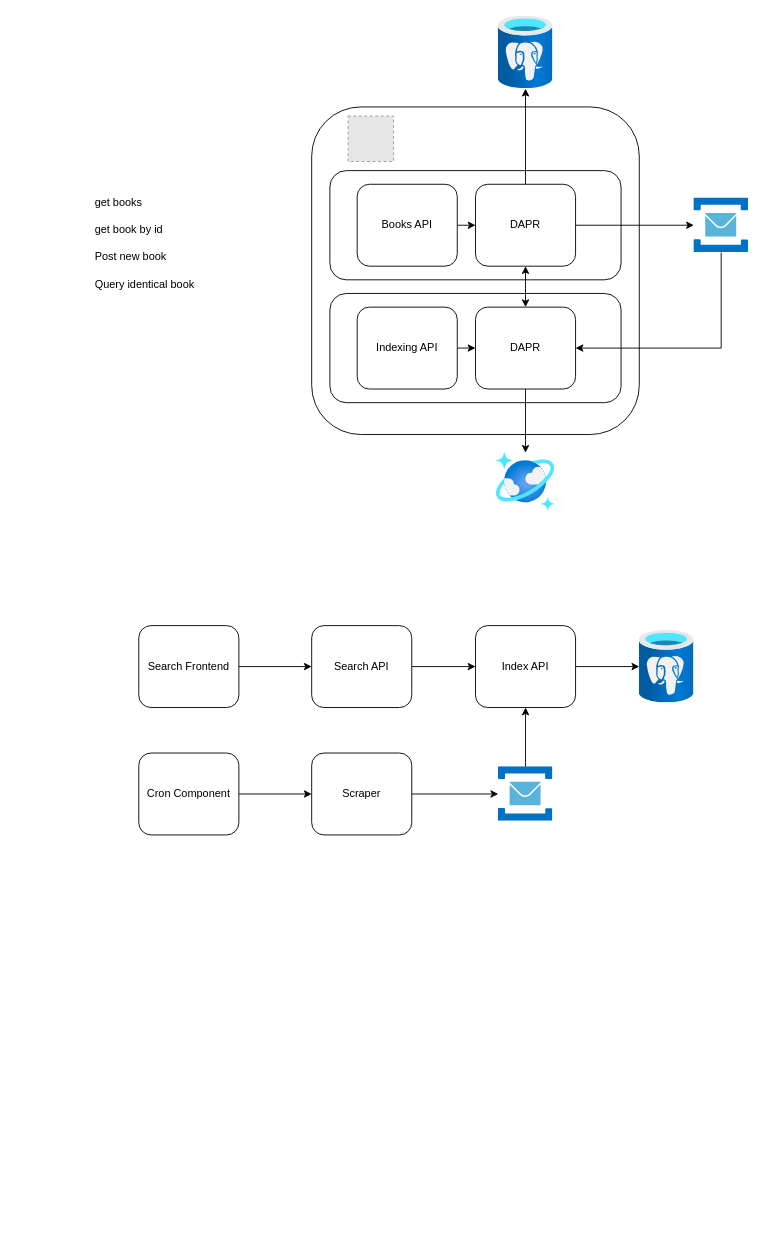
This is Architecture.drawio from Sruinard/az_container_apps, a draw.io file, before an edit. Source tidied: cells renumbered, new cells numbered last; positions are measured from the earlier drawing's top-left corner, leaving out a move shared by most shapes. Both pictures are drawn from the tidied source at 91%, with x=0, y=0 at pixel (93, 15). Pictures stored in the file or linked from it are replaced by grey dashed boxes.
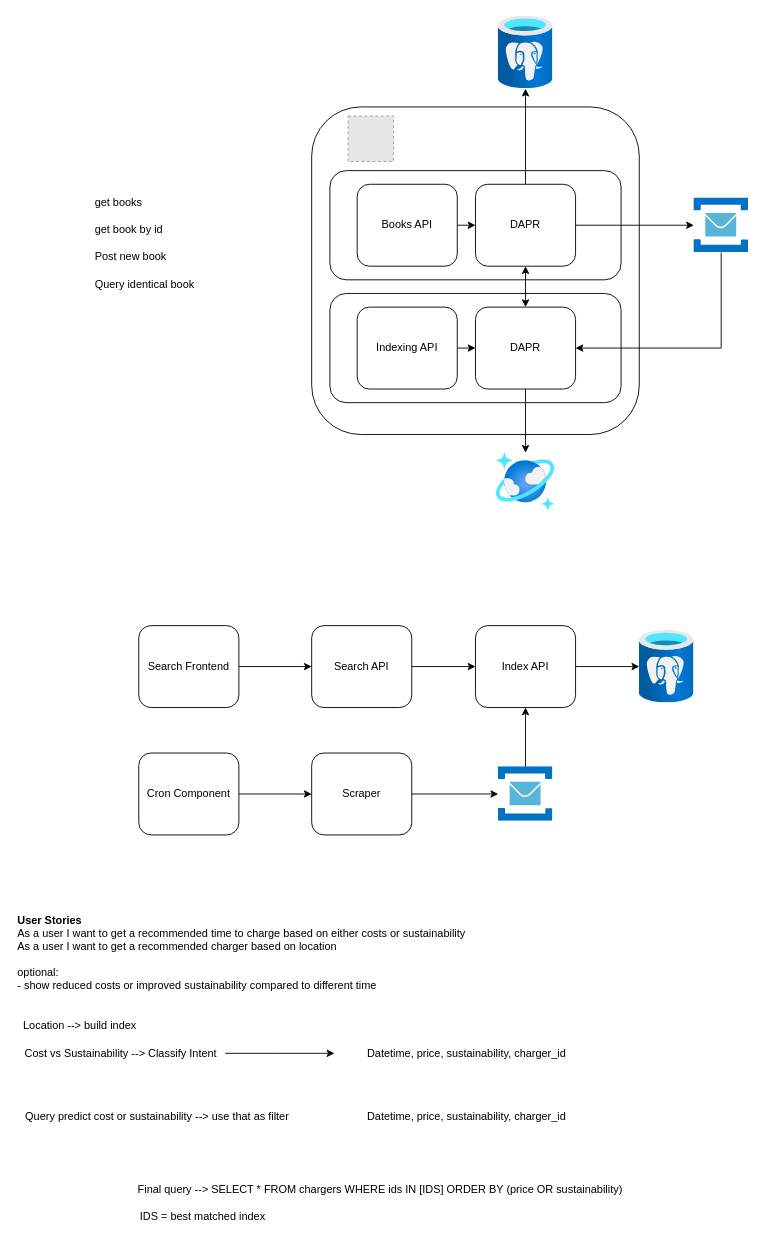
The same diagram, later.

What changed in the source:
```diff
@@
+    <mxCell id="37" value="&lt;b&gt;User Stories&lt;/b&gt;&lt;br&gt;As a user I want to get a recommended time to charge based on either costs or sustainability&lt;br&gt;As a user I want to get a recommended charger based on location&lt;br&gt;&lt;br&gt;optional:&lt;br&gt;- show reduced costs or improved sustainability compared to different time" style="text;html=1;align=left;verticalAlign=middle;strokeColor=none;fillColor=none;" parent="1" vertex="1">
+      <mxGeometry x="-85" y="985" width="510" height="90" as="geometry" />
+    </mxCell>
+    <mxCell id="38" value="Location --&amp;gt; build index" style="text;html=1;align=center;verticalAlign=middle;strokeColor=none;fillColor=none;" parent="1" vertex="1">
+      <mxGeometry x="-85" y="1100" width="140" height="20" as="geometry" />
+    </mxCell>
+    <mxCell id="39" style="edgeStyle=orthogonalEdgeStyle;rounded=0;jettySize=auto;html=1;" parent="1" edge="1" source="40">
+      <mxGeometry relative="1" as="geometry">
+        <mxPoint x="265" y="1140" as="targetPoint" />
+      </mxGeometry>
+    </mxCell>
+    <mxCell id="40" value="Cost vs Sustainability --&amp;gt; Classify Intent" style="text;html=1;align=center;verticalAlign=middle;points=[];strokeColor=none;fillColor=none;" parent="1" vertex="1">
+      <mxGeometry x="-85" y="1130" width="230" height="20" as="geometry" />
+    </mxCell>
+    <mxCell id="41" value="Query predict cost or sustainability --&amp;gt; use that as filter" style="text;html=1;align=center;verticalAlign=middle;strokeColor=none;fillColor=none;" parent="1" vertex="1">
+      <mxGeometry x="-85" y="1200" width="310" height="20" as="geometry" />
+    </mxCell>
+    <mxCell id="42" value="Datetime, price, sustainability, charger_id" style="text;html=1;align=center;verticalAlign=middle;strokeColor=none;fillColor=none;" parent="1" vertex="1">
+      <mxGeometry x="295" y="1130" width="230" height="20" as="geometry" />
+    </mxCell>
+    <mxCell id="43" value="Datetime, price, sustainability, charger_id" style="text;html=1;align=center;verticalAlign=middle;strokeColor=none;fillColor=none;" parent="1" vertex="1">
+      <mxGeometry x="295" y="1200" width="230" height="20" as="geometry" />
+    </mxCell>
+    <mxCell id="44" value="Final query --&amp;gt; SELECT * FROM chargers WHERE ids IN [IDS] ORDER BY (price OR sustainability)" style="text;html=1;align=center;verticalAlign=middle;strokeColor=none;fillColor=none;" parent="1" vertex="1">
+      <mxGeometry x="40" y="1280" width="550" height="20" as="geometry" />
+    </mxCell>
+    <mxCell id="45" value="IDS = best matched index" style="text;html=1;align=center;verticalAlign=middle;strokeColor=none;fillColor=none;" parent="1" vertex="1">
+      <mxGeometry x="45" y="1310" width="150" height="20" as="geometry" />
+    </mxCell>
```
